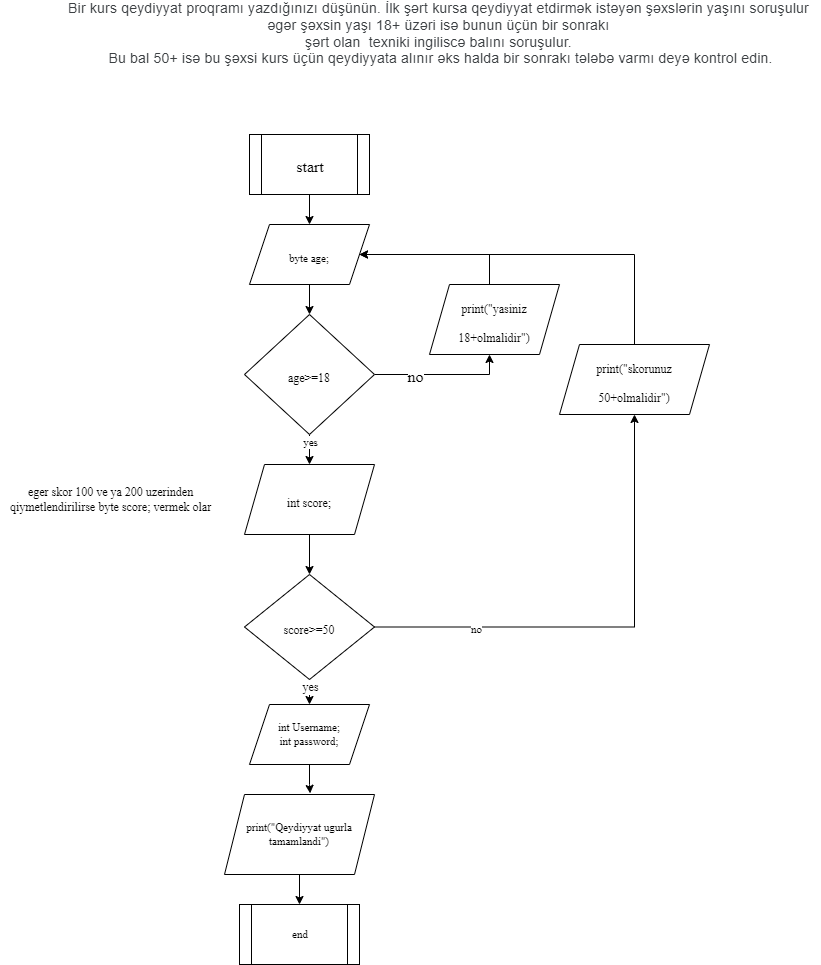
The draw.io diagram task 3.png in Emilishere/Homework1, before a commit. Source tidied: cells renumbered, new cells last; positions are measured from the earlier drawing's top-left corner, leaving out a move shared by most shapes. The source it was exported from:
```xml
<mxGraphModel>
  <root>
    <mxCell id="0" />
    <mxCell id="1" parent="0" />
    <mxCell id="2" style="edgeStyle=orthogonalEdgeStyle;rounded=0;jettySize=auto;html=1;fontFamily=Times New Roman;fontSize=24;" parent="1" edge="1" source="3" target="5">
      <mxGeometry relative="1" as="geometry" />
    </mxCell>
    <mxCell id="3" value="&lt;font size=&quot;3&quot;&gt;start&lt;/font&gt;" style="shape=process;whiteSpace=wrap;html=1;backgroundOutline=1;fontFamily=Times New Roman;fontSize=24;" parent="1" vertex="1">
      <mxGeometry x="249" y="131" width="120" height="60" as="geometry" />
    </mxCell>
    <mxCell id="4" style="edgeStyle=orthogonalEdgeStyle;rounded=0;jettySize=auto;html=1;fontFamily=Times New Roman;fontSize=24;" parent="1" edge="1" source="5" target="10">
      <mxGeometry relative="1" as="geometry" />
    </mxCell>
    <mxCell id="5" value="&lt;font style=&quot;font-size: 11px;&quot;&gt;byte age;&lt;/font&gt;" style="shape=parallelogram;perimeter=parallelogramPerimeter;whiteSpace=wrap;html=1;fixedSize=1;fontFamily=Times New Roman;fontSize=24;" parent="1" vertex="1">
      <mxGeometry x="249" y="221" width="120" height="60" as="geometry" />
    </mxCell>
    <mxCell id="6" style="edgeStyle=orthogonalEdgeStyle;rounded=0;jettySize=auto;html=1;fontFamily=Times New Roman;fontSize=24;" parent="1" edge="1" source="10" target="12">
      <mxGeometry relative="1" as="geometry" />
    </mxCell>
    <mxCell id="7" value="yes" style="edgeLabel;html=1;align=center;verticalAlign=middle;fontSize=11;fontFamily=Times New Roman;" parent="6" vertex="1">
      <mxGeometry x="-0.68" relative="1" as="geometry" />
    </mxCell>
    <mxCell id="8" style="edgeStyle=orthogonalEdgeStyle;rounded=0;jettySize=auto;html=1;fontFamily=Times New Roman;fontSize=24;" parent="1" edge="1" source="10" target="19">
      <mxGeometry relative="1" as="geometry">
        <Array as="points">
          <mxPoint x="489" y="371" />
          <mxPoint x="489" y="291" />
        </Array>
      </mxGeometry>
    </mxCell>
    <mxCell id="9" value="&lt;font size=&quot;3&quot;&gt;no&lt;/font&gt;" style="edgeLabel;html=1;align=center;verticalAlign=middle;fontSize=24;fontFamily=Times New Roman;" parent="8" vertex="1">
      <mxGeometry x="-0.41" y="1" relative="1" as="geometry" />
    </mxCell>
    <mxCell id="10" value="&lt;font style=&quot;font-size: 12px;&quot;&gt;age&amp;gt;=18&lt;/font&gt;" style="rhombus;whiteSpace=wrap;html=1;fontFamily=Times New Roman;fontSize=24;" parent="1" vertex="1">
      <mxGeometry x="244" y="311" width="130" height="120" as="geometry" />
    </mxCell>
    <mxCell id="11" style="edgeStyle=orthogonalEdgeStyle;rounded=0;jettySize=auto;html=1;fontFamily=Times New Roman;fontSize=24;" parent="1" edge="1" source="12" target="17">
      <mxGeometry relative="1" as="geometry" />
    </mxCell>
    <mxCell id="12" value="&lt;font style=&quot;font-size: 12px;&quot;&gt;int score;&lt;/font&gt;" style="shape=parallelogram;perimeter=parallelogramPerimeter;whiteSpace=wrap;html=1;fixedSize=1;fontFamily=Times New Roman;fontSize=24;" parent="1" vertex="1">
      <mxGeometry x="244" y="461" width="130" height="70" as="geometry" />
    </mxCell>
    <mxCell id="13" style="edgeStyle=orthogonalEdgeStyle;rounded=0;jettySize=auto;html=1;fontFamily=Times New Roman;fontSize=24;" parent="1" edge="1" source="17" target="21">
      <mxGeometry relative="1" as="geometry" />
    </mxCell>
    <mxCell id="14" value="no" style="edgeLabel;html=1;align=center;verticalAlign=middle;fontSize=11;fontFamily=Times New Roman;" parent="13" vertex="1">
      <mxGeometry x="-0.57" y="-2" relative="1" as="geometry" />
    </mxCell>
    <mxCell id="15" style="edgeStyle=orthogonalEdgeStyle;rounded=0;jettySize=auto;html=1;entryX=0.5;entryY=0;entryDx=0;entryDy=0;fontFamily=Times New Roman;fontSize=11;" parent="1" edge="1" source="17" target="23">
      <mxGeometry relative="1" as="geometry" />
    </mxCell>
    <mxCell id="16" value="yes" style="edgeLabel;html=1;align=center;verticalAlign=middle;fontSize=12;fontFamily=Times New Roman;" parent="15" vertex="1">
      <mxGeometry x="0.38" relative="1" as="geometry" />
    </mxCell>
    <mxCell id="17" value="&lt;font style=&quot;font-size: 12px;&quot;&gt;score&amp;gt;=50&lt;/font&gt;" style="rhombus;whiteSpace=wrap;html=1;fontSize=24;fontFamily=Times New Roman;" parent="1" vertex="1">
      <mxGeometry x="244" y="571" width="130" height="105" as="geometry" />
    </mxCell>
    <mxCell id="18" style="edgeStyle=orthogonalEdgeStyle;rounded=0;jettySize=auto;html=1;fontFamily=Times New Roman;fontSize=24;entryX=1;entryY=0.5;entryDx=0;entryDy=0;" parent="1" edge="1" source="19" target="5">
      <mxGeometry relative="1" as="geometry">
        <Array as="points">
          <mxPoint x="489" y="251" />
        </Array>
      </mxGeometry>
    </mxCell>
    <mxCell id="19" value="&lt;font style=&quot;font-size: 12px;&quot;&gt;print(&quot;yasiniz 18+olmalidir&quot;)&lt;/font&gt;" style="shape=parallelogram;perimeter=parallelogramPerimeter;whiteSpace=wrap;html=1;fixedSize=1;fontFamily=Times New Roman;fontSize=24;" parent="1" vertex="1">
      <mxGeometry x="429" y="281" width="130" height="70" as="geometry" />
    </mxCell>
    <mxCell id="20" style="edgeStyle=orthogonalEdgeStyle;rounded=0;jettySize=auto;html=1;fontFamily=Times New Roman;fontSize=24;entryX=1;entryY=0.5;entryDx=0;entryDy=0;exitX=0.5;exitY=0;exitDx=0;exitDy=0;" parent="1" edge="1" source="21" target="5">
      <mxGeometry relative="1" as="geometry">
        <Array as="points">
          <mxPoint x="634" y="251" />
        </Array>
      </mxGeometry>
    </mxCell>
    <mxCell id="21" value="&lt;font style=&quot;font-size: 12px;&quot;&gt;print(&quot;skorunuz 50+olmalidir&quot;)&lt;/font&gt;" style="shape=parallelogram;perimeter=parallelogramPerimeter;whiteSpace=wrap;html=1;fixedSize=1;fontFamily=Times New Roman;fontSize=24;" parent="1" vertex="1">
      <mxGeometry x="559" y="341" width="150" height="70" as="geometry" />
    </mxCell>
    <mxCell id="22" style="edgeStyle=orthogonalEdgeStyle;rounded=0;jettySize=auto;html=1;entryX=0.571;entryY=-0.014;entryDx=0;entryDy=0;entryPerimeter=0;fontFamily=Times New Roman;fontSize=11;" parent="1" edge="1" source="23" target="25">
      <mxGeometry relative="1" as="geometry" />
    </mxCell>
    <mxCell id="23" value="int Username;&lt;br&gt;int password;" style="shape=parallelogram;perimeter=parallelogramPerimeter;whiteSpace=wrap;html=1;fixedSize=1;fontFamily=Times New Roman;fontSize=11;" parent="1" vertex="1">
      <mxGeometry x="249" y="701" width="120" height="60" as="geometry" />
    </mxCell>
    <mxCell id="24" style="edgeStyle=orthogonalEdgeStyle;rounded=0;jettySize=auto;html=1;entryX=0.5;entryY=0;entryDx=0;entryDy=0;fontFamily=Times New Roman;fontSize=11;" parent="1" edge="1" source="25" target="26">
      <mxGeometry relative="1" as="geometry" />
    </mxCell>
    <mxCell id="25" value="print(&quot;Qeydiyyat ugurla tamamlandi&quot;)" style="shape=parallelogram;perimeter=parallelogramPerimeter;whiteSpace=wrap;html=1;fixedSize=1;fontFamily=Times New Roman;fontSize=11;" parent="1" vertex="1">
      <mxGeometry x="224" y="791" width="150" height="80" as="geometry" />
    </mxCell>
    <mxCell id="26" value="end" style="shape=process;whiteSpace=wrap;html=1;backgroundOutline=1;fontFamily=Times New Roman;fontSize=11;" parent="1" vertex="1">
      <mxGeometry x="239" y="901" width="120" height="60" as="geometry" />
    </mxCell>
    <mxCell id="27" value="&lt;span style=&quot;color: rgb(60, 64, 67); font-family: Roboto, Arial, sans-serif; font-size: 14px; letter-spacing: 0.2px; text-align: start;&quot;&gt;Bir kurs qeydiyyat proqramı yazdığınızı düşünün. İlk şərt kursa qeydiyyat etdirmək istəyən şəxslərin yaşını soruşulur &lt;br&gt;əgər şəxsin yaşı 18+ üzəri isə bunun üçün bir sonrakı &lt;br&gt;şərt olan&amp;nbsp;&amp;nbsp;texniki ingiliscə balını soruşulur. &lt;br&gt;Bu bal 50+ isə bu şəxsi kurs üçün qeydiyyata alınır əks halda bir sonrakı tələbə varmı deyə kontrol edin.&lt;/span&gt;" style="text;html=1;align=center;verticalAlign=middle;strokeColor=none;fillColor=none;fontSize=12;fontFamily=Times New Roman;" parent="1" vertex="1">
      <mxGeometry x="60" width="760" height="60" as="geometry" />
    </mxCell>
    <mxCell id="28" value="eger skor 100 ve ya 200 uzerinden&lt;br&gt;qiymetlendirilirse byte score; vermek olar" style="text;html=1;align=center;verticalAlign=middle;strokeColor=none;fillColor=none;fontSize=12;fontFamily=Times New Roman;" parent="1" vertex="1">
      <mxGeometry y="481" width="220" height="30" as="geometry" />
    </mxCell>
  </root>
</mxGraphModel>
```
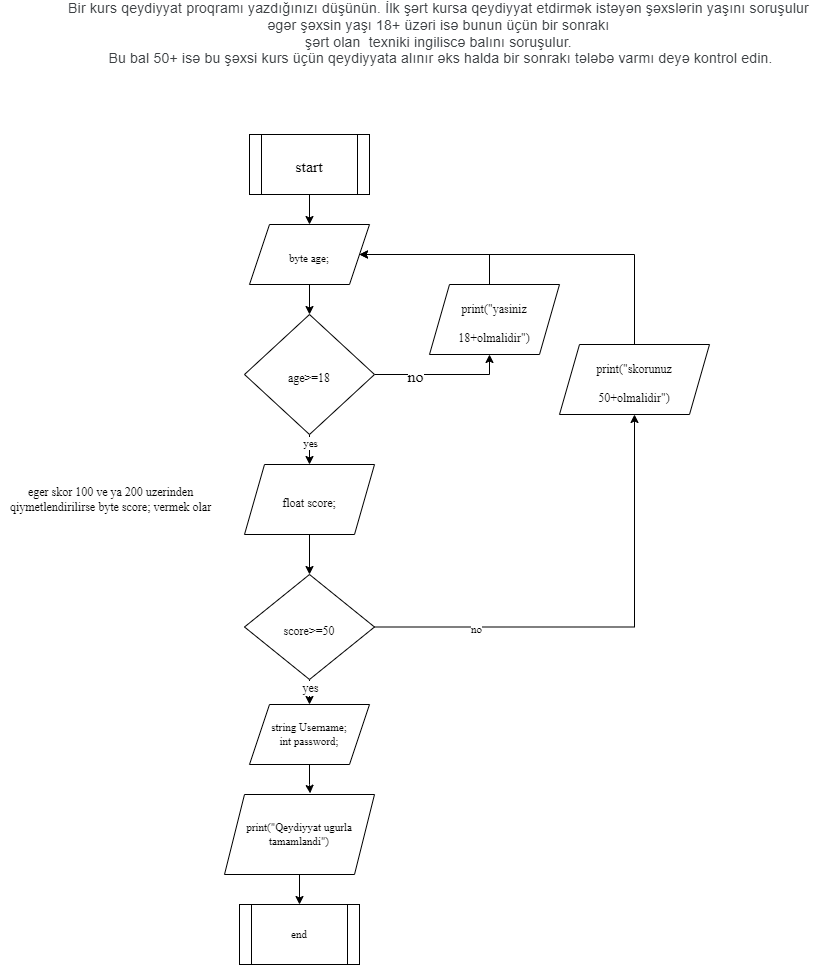
After the commit.

Change to the diagram source:
```diff
@@ -37,7 +37,7 @@
     <mxCell id="11" style="edgeStyle=orthogonalEdgeStyle;rounded=0;jettySize=auto;html=1;fontFamily=Times New Roman;fontSize=24;" parent="1" edge="1" source="12" target="17">
       <mxGeometry relative="1" as="geometry" />
     </mxCell>
-    <mxCell id="12" value="&lt;font style=&quot;font-size: 12px;&quot;&gt;int score;&lt;/font&gt;" style="shape=parallelogram;perimeter=parallelogramPerimeter;whiteSpace=wrap;html=1;fixedSize=1;fontFamily=Times New Roman;fontSize=24;" parent="1" vertex="1">
+    <mxCell id="12" value="&lt;font style=&quot;font-size: 12px;&quot;&gt;float score;&lt;/font&gt;" style="shape=parallelogram;perimeter=parallelogramPerimeter;whiteSpace=wrap;html=1;fixedSize=1;fontFamily=Times New Roman;fontSize=24;" parent="1" vertex="1">
       <mxGeometry x="244" y="461" width="130" height="70" as="geometry" />
     </mxCell>
     <mxCell id="13" style="edgeStyle=orthogonalEdgeStyle;rounded=0;jettySize=auto;html=1;fontFamily=Times New Roman;fontSize=24;" parent="1" edge="1" source="17" target="21">
@@ -78,7 +78,7 @@
     <mxCell id="22" style="edgeStyle=orthogonalEdgeStyle;rounded=0;jettySize=auto;html=1;entryX=0.571;entryY=-0.014;entryDx=0;entryDy=0;entryPerimeter=0;fontFamily=Times New Roman;fontSize=11;" parent="1" edge="1" source="23" target="25">
       <mxGeometry relative="1" as="geometry" />
     </mxCell>
-    <mxCell id="23" value="int Username;&lt;br&gt;int password;" style="shape=parallelogram;perimeter=parallelogramPerimeter;whiteSpace=wrap;html=1;fixedSize=1;fontFamily=Times New Roman;fontSize=11;" parent="1" vertex="1">
+    <mxCell id="23" value="string Username;&lt;br&gt;int password;" style="shape=parallelogram;perimeter=parallelogramPerimeter;whiteSpace=wrap;html=1;fixedSize=1;fontFamily=Times New Roman;fontSize=11;" parent="1" vertex="1">
       <mxGeometry x="249" y="701" width="120" height="60" as="geometry" />
     </mxCell>
     <mxCell id="24" style="edgeStyle=orthogonalEdgeStyle;rounded=0;jettySize=auto;html=1;entryX=0.5;entryY=0;entryDx=0;entryDy=0;fontFamily=Times New Roman;fontSize=11;" parent="1" edge="1" source="25" target="26">
```
